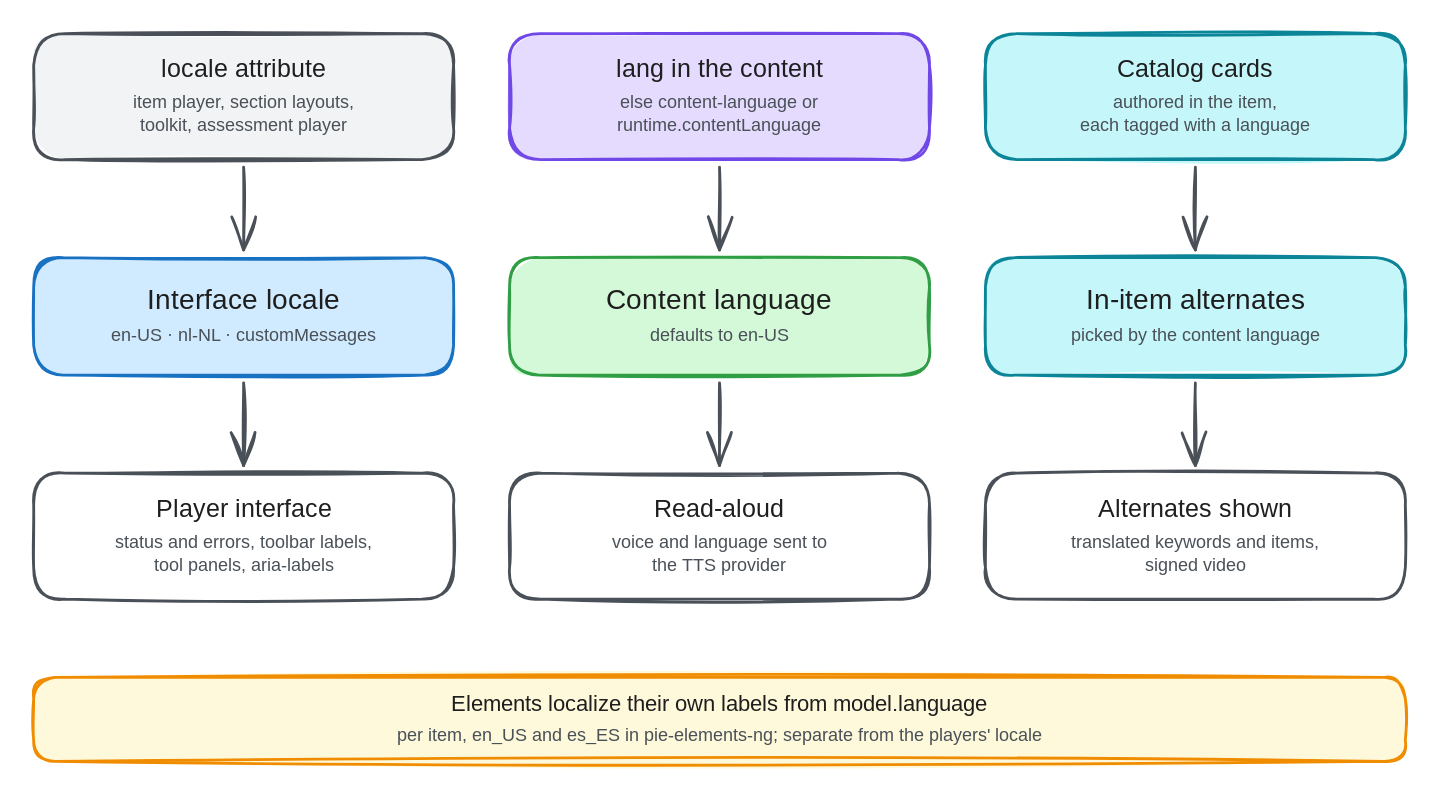
The Excalidraw diagram packages/pie-website-app/static/images/diagrams/localization-channels.excalidraw.svg in pie-framework/pie-website-ng, before a commit. Source tidied: one line per element, renumbered; positions are measured from the earlier drawing's top-left corner, leaving out a move shared by most shapes.
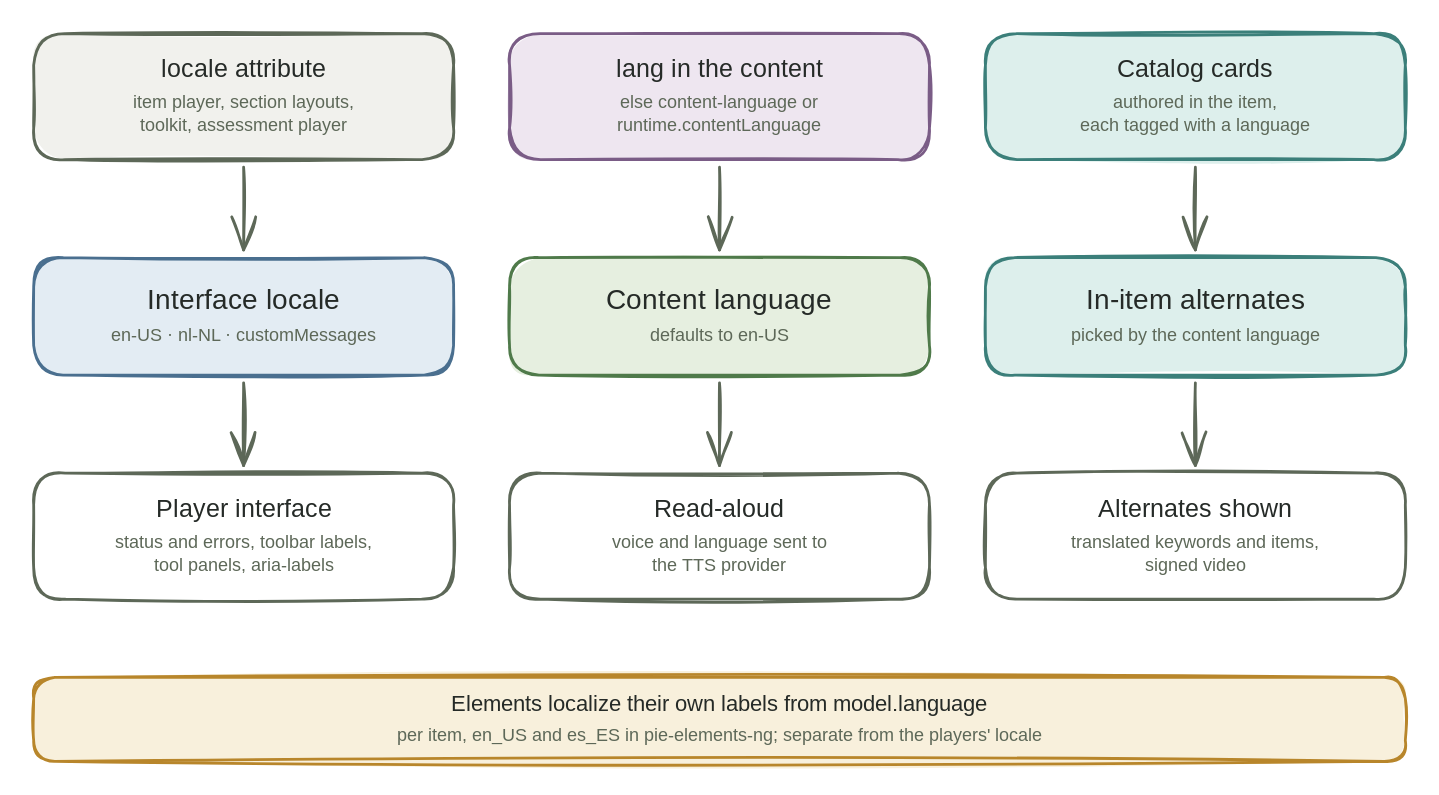
Above is the later version.

The edit, as a diff of the source:
```diff
@@ -1,36 +1,36 @@
-{"id": 0, "type": "rectangle", "strokeColor": "#495057", "backgroundColor": "#f1f3f5", "fillStyle": "solid", "strokeWidth": 2, "roughness": 1, "round": true, "x": 0, "y": 0, "width": 300, "height": 90}
+{"id": 0, "type": "rectangle", "strokeColor": "#5d6858", "backgroundColor": "#f1f1ed", "fillStyle": "solid", "strokeWidth": 2, "roughness": 1, "round": true, "x": 0, "y": 0, "width": 300, "height": 90}
-{"id": 1, "type": "text", "text": "locale attribute", "strokeColor": "#1e1e1e", "strokeWidth": 2, "roughness": 1, "fontSize": 18, "fontFamily": 5, "textAlign": "center", "x": 81, "y": 16, "width": 137, "height": 22}
+{"id": 1, "type": "text", "text": "locale attribute", "strokeColor": "#252a27", "strokeWidth": 2, "roughness": 1, "fontSize": 18, "fontFamily": 5, "textAlign": "center", "x": 81, "y": 16, "width": 137, "height": 22}
-{"id": 2, "type": "text", "text": "item player, section layouts,\ntoolkit, assessment player", "strokeColor": "#495057", "strokeWidth": 2, "roughness": 1, "fontSize": 13, "fontFamily": 5, "textAlign": "center", "x": 62, "y": 42, "width": 176, "height": 32}
+{"id": 2, "type": "text", "text": "item player, section layouts,\ntoolkit, assessment player", "strokeColor": "#5d6858", "strokeWidth": 2, "roughness": 1, "fontSize": 13, "fontFamily": 5, "textAlign": "center", "x": 62, "y": 42, "width": 176, "height": 32}
-{"id": 3, "type": "rectangle", "strokeColor": "#1971c2", "backgroundColor": "#d0ebff", "fillStyle": "solid", "strokeWidth": 2, "roughness": 1, "round": true, "x": 0, "y": 160, "width": 300, "height": 84}
+{"id": 3, "type": "rectangle", "strokeColor": "#4a6f8f", "backgroundColor": "#e3ecf3", "fillStyle": "solid", "strokeWidth": 2, "roughness": 1, "round": true, "x": 0, "y": 160, "width": 300, "height": 84}
-{"id": 4, "type": "text", "text": "Interface locale", "strokeColor": "#1e1e1e", "strokeWidth": 2, "roughness": 1, "fontSize": 20, "fontFamily": 5, "textAlign": "center", "x": 72, "y": 179, "width": 155, "height": 25}
+{"id": 4, "type": "text", "text": "Interface locale", "strokeColor": "#252a27", "strokeWidth": 2, "roughness": 1, "fontSize": 20, "fontFamily": 5, "textAlign": "center", "x": 72, "y": 179, "width": 155, "height": 25}
-{"id": 5, "type": "text", "text": "en-US · nl-NL · customMessages", "strokeColor": "#495057", "strokeWidth": 2, "roughness": 1, "fontSize": 13, "fontFamily": 5, "textAlign": "center", "x": 51, "y": 208, "width": 197, "height": 16}
+{"id": 5, "type": "text", "text": "en-US · nl-NL · customMessages", "strokeColor": "#5d6858", "strokeWidth": 2, "roughness": 1, "fontSize": 13, "fontFamily": 5, "textAlign": "center", "x": 51, "y": 208, "width": 197, "height": 16}
-{"id": 6, "type": "rectangle", "strokeColor": "#495057", "backgroundColor": "#ffffff", "fillStyle": "solid", "strokeWidth": 2, "roughness": 1, "round": true, "x": 0, "y": 314, "width": 300, "height": 90}
+{"id": 6, "type": "rectangle", "strokeColor": "#5d6858", "backgroundColor": "#ffffff", "fillStyle": "solid", "strokeWidth": 2, "roughness": 1, "round": true, "x": 0, "y": 314, "width": 300, "height": 90}
-{"id": 7, "type": "text", "text": "Player interface", "strokeColor": "#1e1e1e", "strokeWidth": 2, "roughness": 1, "fontSize": 18, "fontFamily": 5, "textAlign": "center", "x": 80, "y": 330, "width": 140, "height": 22}
+{"id": 7, "type": "text", "text": "Player interface", "strokeColor": "#252a27", "strokeWidth": 2, "roughness": 1, "fontSize": 18, "fontFamily": 5, "textAlign": "center", "x": 80, "y": 330, "width": 140, "height": 22}
-{"id": 8, "type": "text", "text": "status and errors, toolbar labels,\ntool panels, aria-labels", "strokeColor": "#495057", "strokeWidth": 2, "roughness": 1, "fontSize": 13, "fontFamily": 5, "textAlign": "center", "x": 44, "y": 356, "width": 211, "height": 32}
+{"id": 8, "type": "text", "text": "status and errors, toolbar labels,\ntool panels, aria-labels", "strokeColor": "#5d6858", "strokeWidth": 2, "roughness": 1, "fontSize": 13, "fontFamily": 5, "textAlign": "center", "x": 44, "y": 356, "width": 211, "height": 32}
-{"id": 9, "type": "rectangle", "strokeColor": "#7048e8", "backgroundColor": "#e5dbff", "fillStyle": "solid", "strokeWidth": 2, "roughness": 1, "round": true, "x": 340, "y": 0, "width": 300, "height": 90}
+{"id": 9, "type": "rectangle", "strokeColor": "#7a5c86", "backgroundColor": "#eee6f0", "fillStyle": "solid", "strokeWidth": 2, "roughness": 1, "round": true, "x": 340, "y": 0, "width": 300, "height": 90}
-{"id": 10, "type": "text", "text": "lang in the content", "strokeColor": "#1e1e1e", "strokeWidth": 2, "roughness": 1, "fontSize": 18, "fontFamily": 5, "textAlign": "center", "x": 406, "y": 16, "width": 168, "height": 22}
+{"id": 10, "type": "text", "text": "lang in the content", "strokeColor": "#252a27", "strokeWidth": 2, "roughness": 1, "fontSize": 18, "fontFamily": 5, "textAlign": "center", "x": 406, "y": 16, "width": 168, "height": 22}
-{"id": 11, "type": "text", "text": "else content-language or\nruntime.contentLanguage", "strokeColor": "#495057", "strokeWidth": 2, "roughness": 1, "fontSize": 13, "fontFamily": 5, "textAlign": "center", "x": 412, "y": 42, "width": 156, "height": 32}
+{"id": 11, "type": "text", "text": "else content-language or\nruntime.contentLanguage", "strokeColor": "#5d6858", "strokeWidth": 2, "roughness": 1, "fontSize": 13, "fontFamily": 5, "textAlign": "center", "x": 412, "y": 42, "width": 156, "height": 32}
-{"id": 12, "type": "rectangle", "strokeColor": "#2f9e44", "backgroundColor": "#d3f9d8", "fillStyle": "solid", "strokeWidth": 2, "roughness": 1, "round": true, "x": 340, "y": 160, "width": 300, "height": 84}
+{"id": 12, "type": "rectangle", "strokeColor": "#4f7a4a", "backgroundColor": "#e6efe0", "fillStyle": "solid", "strokeWidth": 2, "roughness": 1, "round": true, "x": 340, "y": 160, "width": 300, "height": 84}
-{"id": 13, "type": "text", "text": "Content language", "strokeColor": "#1e1e1e", "strokeWidth": 2, "roughness": 1, "fontSize": 20, "fontFamily": 5, "textAlign": "center", "x": 406, "y": 179, "width": 168, "height": 25}
+{"id": 13, "type": "text", "text": "Content language", "strokeColor": "#252a27", "strokeWidth": 2, "roughness": 1, "fontSize": 20, "fontFamily": 5, "textAlign": "center", "x": 406, "y": 179, "width": 168, "height": 25}
-{"id": 14, "type": "text", "text": "defaults to en-US", "strokeColor": "#495057", "strokeWidth": 2, "roughness": 1, "fontSize": 13, "fontFamily": 5, "textAlign": "center", "x": 432, "y": 208, "width": 115, "height": 16}
+{"id": 14, "type": "text", "text": "defaults to en-US", "strokeColor": "#5d6858", "strokeWidth": 2, "roughness": 1, "fontSize": 13, "fontFamily": 5, "textAlign": "center", "x": 432, "y": 208, "width": 115, "height": 16}
-{"id": 15, "type": "rectangle", "strokeColor": "#495057", "backgroundColor": "#ffffff", "fillStyle": "solid", "strokeWidth": 2, "roughness": 1, "round": true, "x": 340, "y": 314, "width": 300, "height": 90}
+{"id": 15, "type": "rectangle", "strokeColor": "#5d6858", "backgroundColor": "#ffffff", "fillStyle": "solid", "strokeWidth": 2, "roughness": 1, "round": true, "x": 340, "y": 314, "width": 300, "height": 90}
-{"id": 16, "type": "text", "text": "Read-aloud", "strokeColor": "#1e1e1e", "strokeWidth": 2, "roughness": 1, "fontSize": 18, "fontFamily": 5, "textAlign": "center", "x": 441, "y": 330, "width": 98, "height": 22}
+{"id": 16, "type": "text", "text": "Read-aloud", "strokeColor": "#252a27", "strokeWidth": 2, "roughness": 1, "fontSize": 18, "fontFamily": 5, "textAlign": "center", "x": 441, "y": 330, "width": 98, "height": 22}
-{"id": 17, "type": "text", "text": "voice and language sent to\nthe TTS provider", "strokeColor": "#495057", "strokeWidth": 2, "roughness": 1, "fontSize": 13, "fontFamily": 5, "textAlign": "center", "x": 405, "y": 356, "width": 171, "height": 32}
+{"id": 17, "type": "text", "text": "voice and language sent to\nthe TTS provider", "strokeColor": "#5d6858", "strokeWidth": 2, "roughness": 1, "fontSize": 13, "fontFamily": 5, "textAlign": "center", "x": 405, "y": 356, "width": 171, "height": 32}
-{"id": 18, "type": "rectangle", "strokeColor": "#0c8599", "backgroundColor": "#c5f6fa", "fillStyle": "solid", "strokeWidth": 2, "roughness": 1, "round": true, "x": 680, "y": 0, "width": 300, "height": 90}
+{"id": 18, "type": "rectangle", "strokeColor": "#3b7f7a", "backgroundColor": "#ddefec", "fillStyle": "solid", "strokeWidth": 2, "roughness": 1, "round": true, "x": 680, "y": 0, "width": 300, "height": 90}
-{"id": 19, "type": "text", "text": "Catalog cards", "strokeColor": "#1e1e1e", "strokeWidth": 2, "roughness": 1, "fontSize": 18, "fontFamily": 5, "textAlign": "center", "x": 769, "y": 16, "width": 122, "height": 22}
+{"id": 19, "type": "text", "text": "Catalog cards", "strokeColor": "#252a27", "strokeWidth": 2, "roughness": 1, "fontSize": 18, "fontFamily": 5, "textAlign": "center", "x": 769, "y": 16, "width": 122, "height": 22}
-{"id": 20, "type": "text", "text": "authored in the item,\neach tagged with a language", "strokeColor": "#495057", "strokeWidth": 2, "roughness": 1, "fontSize": 13, "fontFamily": 5, "textAlign": "center", "x": 740, "y": 42, "width": 181, "height": 32}
+{"id": 20, "type": "text", "text": "authored in the item,\neach tagged with a language", "strokeColor": "#5d6858", "strokeWidth": 2, "roughness": 1, "fontSize": 13, "fontFamily": 5, "textAlign": "center", "x": 740, "y": 42, "width": 181, "height": 32}
-{"id": 21, "type": "rectangle", "strokeColor": "#0c8599", "backgroundColor": "#c5f6fa", "fillStyle": "solid", "strokeWidth": 2, "roughness": 1, "round": true, "x": 680, "y": 160, "width": 300, "height": 84}
+{"id": 21, "type": "rectangle", "strokeColor": "#3b7f7a", "backgroundColor": "#ddefec", "fillStyle": "solid", "strokeWidth": 2, "roughness": 1, "round": true, "x": 680, "y": 160, "width": 300, "height": 84}
-{"id": 22, "type": "text", "text": "In-item alternates", "strokeColor": "#1e1e1e", "strokeWidth": 2, "roughness": 1, "fontSize": 20, "fontFamily": 5, "textAlign": "center", "x": 741, "y": 179, "width": 178, "height": 25}
+{"id": 22, "type": "text", "text": "In-item alternates", "strokeColor": "#252a27", "strokeWidth": 2, "roughness": 1, "fontSize": 20, "fontFamily": 5, "textAlign": "center", "x": 741, "y": 179, "width": 178, "height": 25}
-{"id": 23, "type": "text", "text": "picked by the content language", "strokeColor": "#495057", "strokeWidth": 2, "roughness": 1, "fontSize": 13, "fontFamily": 5, "textAlign": "center", "x": 731, "y": 208, "width": 198, "height": 16}
+{"id": 23, "type": "text", "text": "picked by the content language", "strokeColor": "#5d6858", "strokeWidth": 2, "roughness": 1, "fontSize": 13, "fontFamily": 5, "textAlign": "center", "x": 731, "y": 208, "width": 198, "height": 16}
-{"id": 24, "type": "rectangle", "strokeColor": "#495057", "backgroundColor": "#ffffff", "fillStyle": "solid", "strokeWidth": 2, "roughness": 1, "round": true, "x": 680, "y": 314, "width": 300, "height": 90}
+{"id": 24, "type": "rectangle", "strokeColor": "#5d6858", "backgroundColor": "#ffffff", "fillStyle": "solid", "strokeWidth": 2, "roughness": 1, "round": true, "x": 680, "y": 314, "width": 300, "height": 90}
-{"id": 25, "type": "text", "text": "Alternates shown", "strokeColor": "#1e1e1e", "strokeWidth": 2, "roughness": 1, "fontSize": 18, "fontFamily": 5, "textAlign": "center", "x": 754, "y": 330, "width": 152, "height": 22}
+{"id": 25, "type": "text", "text": "Alternates shown", "strokeColor": "#252a27", "strokeWidth": 2, "roughness": 1, "fontSize": 18, "fontFamily": 5, "textAlign": "center", "x": 754, "y": 330, "width": 152, "height": 22}
-{"id": 26, "type": "text", "text": "translated keywords and items,\nsigned video", "strokeColor": "#495057", "strokeWidth": 2, "roughness": 1, "fontSize": 13, "fontFamily": 5, "textAlign": "center", "x": 731, "y": 356, "width": 198, "height": 32}
+{"id": 26, "type": "text", "text": "translated keywords and items,\nsigned video", "strokeColor": "#5d6858", "strokeWidth": 2, "roughness": 1, "fontSize": 13, "fontFamily": 5, "textAlign": "center", "x": 731, "y": 356, "width": 198, "height": 32}
-{"id": 27, "type": "rectangle", "strokeColor": "#f08c00", "backgroundColor": "#fff9db", "fillStyle": "solid", "strokeWidth": 2, "roughness": 1, "round": true, "x": 0, "y": 460, "width": 980, "height": 60}
+{"id": 27, "type": "rectangle", "strokeColor": "#b8862b", "backgroundColor": "#f8f0dc", "fillStyle": "solid", "strokeWidth": 2, "roughness": 1, "round": true, "x": 0, "y": 460, "width": 980, "height": 60}
-{"id": 28, "type": "text", "text": "Elements localize their own labels from model.language", "strokeColor": "#1e1e1e", "strokeWidth": 2, "roughness": 1, "fontSize": 16, "fontFamily": 5, "textAlign": "center", "x": 281, "y": 470, "width": 418, "height": 20}
+{"id": 28, "type": "text", "text": "Elements localize their own labels from model.language", "strokeColor": "#252a27", "strokeWidth": 2, "roughness": 1, "fontSize": 16, "fontFamily": 5, "textAlign": "center", "x": 281, "y": 470, "width": 418, "height": 20}
-{"id": 29, "type": "text", "text": "per item, en_US and es_ES in pie-elements-ng; separate from the players' locale", "strokeColor": "#495057", "strokeWidth": 2, "roughness": 1, "fontSize": 13, "fontFamily": 5, "textAlign": "center", "x": 238, "y": 494, "width": 503, "height": 16}
+{"id": 29, "type": "text", "text": "per item, en_US and es_ES in pie-elements-ng; separate from the players' locale", "strokeColor": "#5d6858", "strokeWidth": 2, "roughness": 1, "fontSize": 13, "fontFamily": 5, "textAlign": "center", "x": 238, "y": 494, "width": 503, "height": 16}
-{"id": 30, "type": "arrow", "strokeColor": "#495057", "strokeWidth": 2, "roughness": 1, "endArrowhead": "arrow", "from": 0, "to": 3, "x": 150, "y": 96, "width": 0, "height": 59, "points": [[0, 0], [0, 59]]}
+{"id": 30, "type": "arrow", "strokeColor": "#5d6858", "strokeWidth": 2, "roughness": 1, "endArrowhead": "arrow", "from": 0, "to": 3, "x": 150, "y": 96, "width": 0, "height": 59, "points": [[0, 0], [0, 59]]}
-{"id": 31, "type": "arrow", "strokeColor": "#495057", "strokeWidth": 2, "roughness": 1, "endArrowhead": "arrow", "from": 3, "to": 6, "x": 150, "y": 250, "width": 0, "height": 59, "points": [[0, 0], [0, 59]]}
+{"id": 31, "type": "arrow", "strokeColor": "#5d6858", "strokeWidth": 2, "roughness": 1, "endArrowhead": "arrow", "from": 3, "to": 6, "x": 150, "y": 250, "width": 0, "height": 59, "points": [[0, 0], [0, 59]]}
-{"id": 32, "type": "arrow", "strokeColor": "#495057", "strokeWidth": 2, "roughness": 1, "endArrowhead": "arrow", "from": 9, "to": 12, "x": 490, "y": 96, "width": 0, "height": 59, "points": [[0, 0], [0, 59]]}
+{"id": 32, "type": "arrow", "strokeColor": "#5d6858", "strokeWidth": 2, "roughness": 1, "endArrowhead": "arrow", "from": 9, "to": 12, "x": 490, "y": 96, "width": 0, "height": 59, "points": [[0, 0], [0, 59]]}
-{"id": 33, "type": "arrow", "strokeColor": "#495057", "strokeWidth": 2, "roughness": 1, "endArrowhead": "arrow", "from": 12, "to": 15, "x": 490, "y": 250, "width": 0, "height": 59, "points": [[0, 0], [0, 59]]}
+{"id": 33, "type": "arrow", "strokeColor": "#5d6858", "strokeWidth": 2, "roughness": 1, "endArrowhead": "arrow", "from": 12, "to": 15, "x": 490, "y": 250, "width": 0, "height": 59, "points": [[0, 0], [0, 59]]}
-{"id": 34, "type": "arrow", "strokeColor": "#495057", "strokeWidth": 2, "roughness": 1, "endArrowhead": "arrow", "from": 18, "to": 21, "x": 830, "y": 96, "width": 0, "height": 59, "points": [[0, 0], [0, 59]]}
+{"id": 34, "type": "arrow", "strokeColor": "#5d6858", "strokeWidth": 2, "roughness": 1, "endArrowhead": "arrow", "from": 18, "to": 21, "x": 830, "y": 96, "width": 0, "height": 59, "points": [[0, 0], [0, 59]]}
-{"id": 35, "type": "arrow", "strokeColor": "#495057", "strokeWidth": 2, "roughness": 1, "endArrowhead": "arrow", "from": 21, "to": 24, "x": 830, "y": 250, "width": 0, "height": 59, "points": [[0, 0], [0, 59]]}
+{"id": 35, "type": "arrow", "strokeColor": "#5d6858", "strokeWidth": 2, "roughness": 1, "endArrowhead": "arrow", "from": 21, "to": 24, "x": 830, "y": 250, "width": 0, "height": 59, "points": [[0, 0], [0, 59]]}
```
